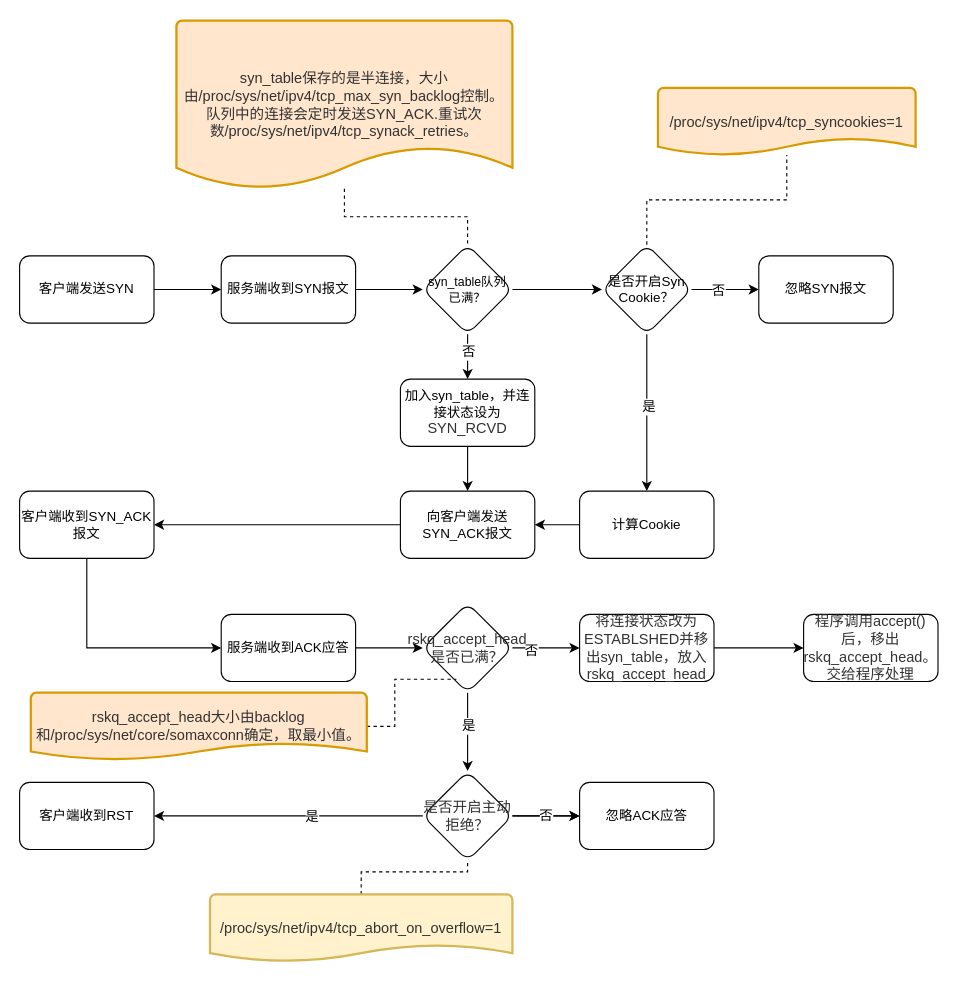
Earlier version of the draw.io diagram linux建立TCP连接流程.drawio (bigmother/program). Source tidied: cells renumbered, new cells numbered last; positions are measured from the earlier drawing's top-left corner, leaving out a move shared by most shapes. Both pictures are drawn from the tidied source at 112%, with x=0, y=0 at pixel (19, 20).
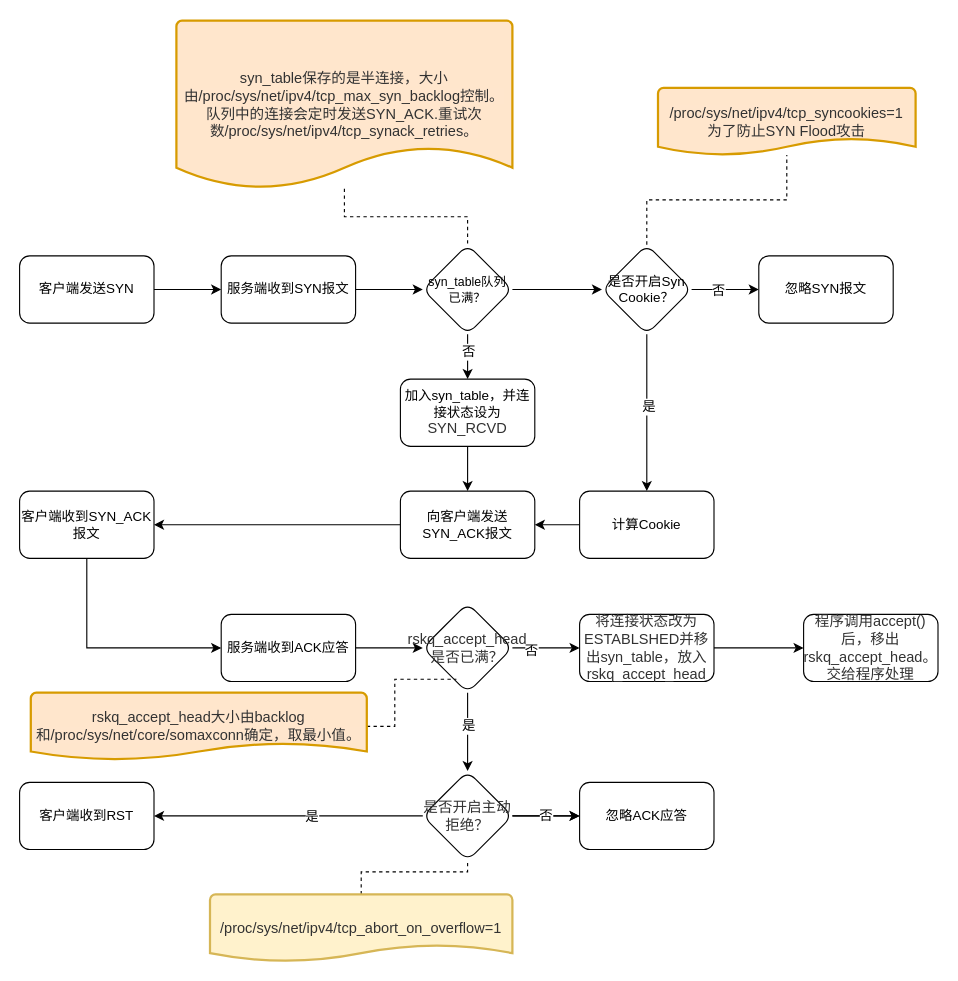
The same page after the edit.

Commit message (it also covers changes not shown here):
更新linux建立TCP连接流程.drawio

The edit, as a diff of the source:
```diff
@@
-    <mxCell id="46" value="&lt;span style=&quot;color: rgb(50 , 50 , 50) ; font-size: 13px ; background-color: rgba(255 , 255 , 255 , 0.01)&quot;&gt;/proc/sys/net/ipv4/tcp_syncookies=1&lt;/span&gt;" style="strokeWidth=2;html=1;shape=mxgraph.flowchart.document2;whiteSpace=wrap;size=0.25;fontSize=12;fillColor=#ffe6cc;strokeColor=#d79b00;" parent="1" vertex="1">
+    <mxCell id="46" value="&lt;span style=&quot;color: rgb(50 , 50 , 50) ; font-size: 13px ; background-color: rgba(255 , 255 , 255 , 0.01)&quot;&gt;/proc/sys/net/ipv4/tcp_syncookies=1&lt;br&gt;为了防止SYN Flood攻击&lt;br&gt;&lt;/span&gt;" style="strokeWidth=2;html=1;shape=mxgraph.flowchart.document2;whiteSpace=wrap;size=0.25;fontSize=12;fillColor=#ffe6cc;strokeColor=#d79b00;" parent="1" vertex="1">
       <mxGeometry x="570" y="60" width="230" height="60" as="geometry" />
     </mxCell>
```
